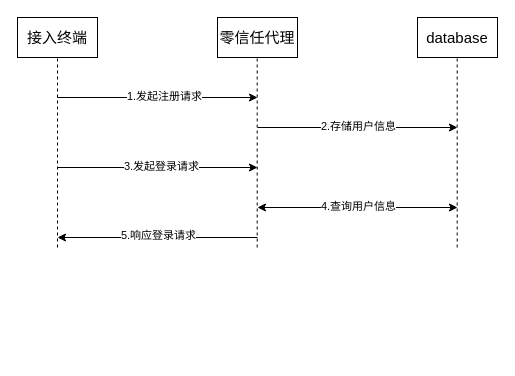
Above: testDirectory/终端身份认证流程.drawio in Moose1273/- (draw.io), before the change. Source tidied: cells renumbered, new cells numbered last; positions are measured from the earlier drawing's top-left corner, leaving out a move shared by most shapes. Both pictures are drawn from the tidied source at 100%, with x=0, y=0 at pixel (17, 17).
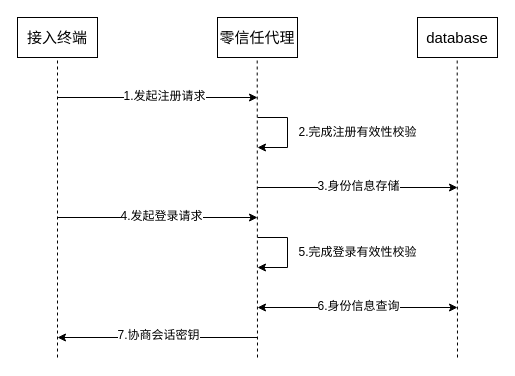
Above is the later version.

Commit message (it also covers changes not shown here):
更新终端身份认证流程.drawio

Unchanged cells that the change refers to:
```xml
<mxCell id="2" value="&lt;font style=&quot;font-size: 15px;&quot;&gt;接入终端&lt;/font&gt;" style="rounded=0;whiteSpace=wrap;html=1;" parent="1" vertex="1">
  <mxGeometry width="80" height="40" as="geometry" />
</mxCell>
```

The edit, as a diff of the source:
```diff
@@
     <mxCell id="5" style="endArrow=none;dashed=1;html=1;rounded=0;entryX=0.5;entryY=1;entryDx=0;entryDy=0;" parent="1" edge="1" target="2">
       <mxGeometry relative="1" as="geometry">
-        <mxPoint x="40" y="230" as="sourcePoint" />
+        <mxPoint x="40" y="340" as="sourcePoint" />
       </mxGeometry>
     </mxCell>
     <mxCell id="6" style="endArrow=none;dashed=1;html=1;rounded=0;entryX=0.5;entryY=1;entryDx=0;entryDy=0;" parent="1" edge="1">
       <mxGeometry relative="1" as="geometry">
-        <mxPoint x="239.7" y="230" as="sourcePoint" />
+        <mxPoint x="240" y="340" as="sourcePoint" />
         <mxPoint x="239.7" y="40" as="targetPoint" />
       </mxGeometry>
     </mxCell>
     <mxCell id="7" style="endArrow=none;dashed=1;html=1;rounded=0;entryX=0.5;entryY=1;entryDx=0;entryDy=0;" parent="1" edge="1">
       <mxGeometry relative="1" as="geometry">
-        <mxPoint x="439.7" y="230" as="sourcePoint" />
+        <mxPoint x="440" y="340" as="sourcePoint" />
         <mxPoint x="439.7" y="40" as="targetPoint" />
       </mxGeometry>
     </mxCell>
-    <mxCell id="8" style="endArrow=classic;html=1;rounded=0;" parent="1" edge="1">
+    <mxCell id="8" style="endArrow=classic;html=1;rounded=0;fontSize=12;" parent="1" edge="1">
       <mxGeometry relative="1" as="geometry">
         <mxPoint x="40" y="80" as="sourcePoint" />
         <mxPoint x="240" y="80" as="targetPoint" />
       </mxGeometry>
     </mxCell>
-    <mxCell id="9" value="1.发起注册请求" style="edgeLabel;html=1;align=center;verticalAlign=middle;" parent="8" vertex="1">
+    <mxCell id="9" value="1.发起注册请求" style="edgeLabel;html=1;align=center;verticalAlign=middle;fontSize=12;" parent="8" vertex="1">
       <mxGeometry x="0.06" y="2" relative="1" as="geometry" />
     </mxCell>
-    <mxCell id="10" style="endArrow=classic;html=1;rounded=0;" parent="1" edge="1">
+    <mxCell id="10" style="endArrow=classic;html=1;rounded=0;fontSize=12;" parent="1" edge="1">
       <mxGeometry relative="1" as="geometry">
-        <mxPoint x="240" y="110" as="sourcePoint" />
-        <mxPoint x="440" y="110" as="targetPoint" />
+        <mxPoint x="240" y="170" as="sourcePoint" />
+        <mxPoint x="440" y="170" as="targetPoint" />
       </mxGeometry>
     </mxCell>
-    <mxCell id="11" value="2.存储用户信息" style="edgeLabel;html=1;align=center;verticalAlign=middle;" parent="10" vertex="1">
+    <mxCell id="11" value="3.身份信息存储" style="edgeLabel;html=1;align=center;verticalAlign=middle;fontSize=12;" parent="10" vertex="1">
       <mxGeometry x="-0.14" y="2" relative="1" as="geometry">
         <mxPoint x="14" as="offset" />
       </mxGeometry>
     </mxCell>
-    <mxCell id="12" style="endArrow=classic;html=1;rounded=0;" parent="1" edge="1">
+    <mxCell id="12" style="endArrow=classic;html=1;rounded=0;fontSize=12;" parent="1" edge="1">
       <mxGeometry relative="1" as="geometry">
-        <mxPoint x="40" y="150" as="sourcePoint" />
-        <mxPoint x="240" y="150" as="targetPoint" />
+        <mxPoint x="40" y="200" as="sourcePoint" />
+        <mxPoint x="240" y="200" as="targetPoint" />
       </mxGeometry>
     </mxCell>
-    <mxCell id="13" value="3.发起登录请求" style="edgeLabel;html=1;align=center;verticalAlign=middle;" parent="12" vertex="1">
+    <mxCell id="13" value="4.发起登录请求" style="edgeLabel;html=1;align=center;verticalAlign=middle;fontSize=12;" parent="12" vertex="1">
       <mxGeometry x="0.03" y="2" relative="1" as="geometry" />
     </mxCell>
-    <mxCell id="14" style="endArrow=classic;startArrow=classic;html=1;rounded=0;" parent="1" edge="1">
+    <mxCell id="14" style="endArrow=classic;startArrow=classic;html=1;rounded=0;fontSize=12;" parent="1" edge="1">
       <mxGeometry relative="1" as="geometry">
-        <mxPoint x="240" y="190" as="sourcePoint" />
-        <mxPoint x="440" y="190" as="targetPoint" />
+        <mxPoint x="240" y="290" as="sourcePoint" />
+        <mxPoint x="440" y="290" as="targetPoint" />
       </mxGeometry>
     </mxCell>
-    <mxCell id="15" value="4.查询用户信息" style="edgeLabel;html=1;align=center;verticalAlign=middle;" parent="14" vertex="1">
+    <mxCell id="15" value="6.身份信息查询" style="edgeLabel;html=1;align=center;verticalAlign=middle;fontSize=12;" parent="14" vertex="1">
       <mxGeometry x="-0.07" y="2" relative="1" as="geometry">
         <mxPoint x="7" as="offset" />
       </mxGeometry>
     </mxCell>
-    <mxCell id="16" style="endArrow=classic;html=1;rounded=0;" parent="1" edge="1">
+    <mxCell id="16" style="endArrow=classic;html=1;rounded=0;fontSize=12;" parent="1" edge="1">
       <mxGeometry relative="1" as="geometry">
-        <mxPoint x="240" y="220" as="sourcePoint" />
-        <mxPoint x="40" y="220" as="targetPoint" />
+        <mxPoint x="240" y="320" as="sourcePoint" />
+        <mxPoint x="40" y="320" as="targetPoint" />
       </mxGeometry>
     </mxCell>
-    <mxCell id="17" value="5.响应登录请求" style="edgeLabel;html=1;align=center;verticalAlign=middle;" parent="16" vertex="1">
+    <mxCell id="17" value="7.协商会话密钥" style="edgeLabel;html=1;align=center;verticalAlign=middle;fontSize=12;" parent="16" vertex="1">
       <mxGeometry x="0.06" y="-3" relative="1" as="geometry">
         <mxPoint x="6" as="offset" />
       </mxGeometry>
     </mxCell>
+    <mxCell id="18" style="endArrow=classic;html=1;rounded=0;fontSize=12;" parent="1" edge="1">
+      <mxGeometry relative="1" as="geometry">
+        <mxPoint x="240" y="100" as="sourcePoint" />
+        <mxPoint x="240" y="130" as="targetPoint" />
+        <Array as="points">
+          <mxPoint x="270" y="100" />
+          <mxPoint x="270" y="130" />
+        </Array>
+      </mxGeometry>
+    </mxCell>
+    <mxCell id="19" value="2.完成注册有效性校验" style="text;html=1;align=center;verticalAlign=middle;strokeColor=none;fillColor=none;fontSize=12;" parent="1" vertex="1">
+      <mxGeometry x="270" y="100" width="140" height="30" as="geometry" />
+    </mxCell>
+    <mxCell id="20" style="endArrow=classic;html=1;rounded=0;fontSize=12;" parent="1" edge="1">
+      <mxGeometry relative="1" as="geometry">
+        <mxPoint x="240" y="220" as="sourcePoint" />
+        <mxPoint x="240" y="250" as="targetPoint" />
+        <Array as="points">
+          <mxPoint x="270" y="220" />
+          <mxPoint x="270" y="250" />
+        </Array>
+      </mxGeometry>
+    </mxCell>
+    <mxCell id="21" value="5.完成登录有效性校验" style="text;html=1;align=center;verticalAlign=middle;strokeColor=none;fillColor=none;fontSize=12;" parent="1" vertex="1">
+      <mxGeometry x="270" y="220" width="140" height="30" as="geometry" />
+    </mxCell>
```
